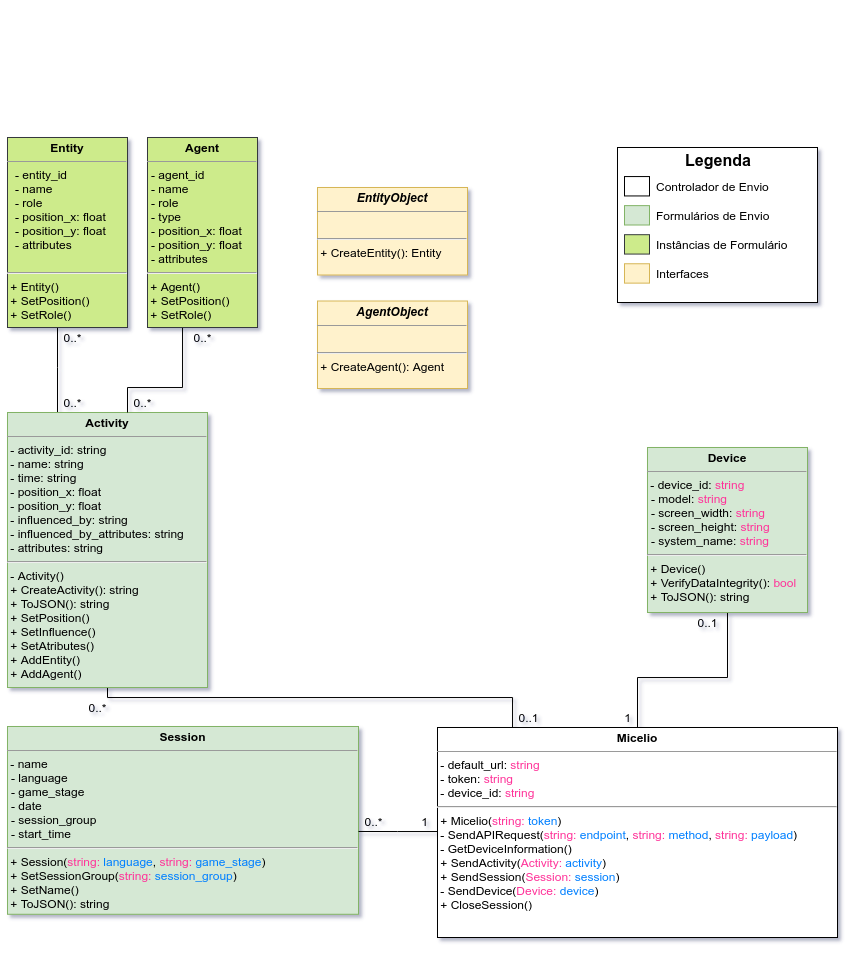
multisens/micelio keeps this draw.io diagram as Documentation/Diagramas/modelo-de-dados-unity.png. Above is the earlier version. Source tidied: cells renumbered, new cells last; positions are measured from the earlier drawing's top-left corner, leaving out a move shared by most shapes.
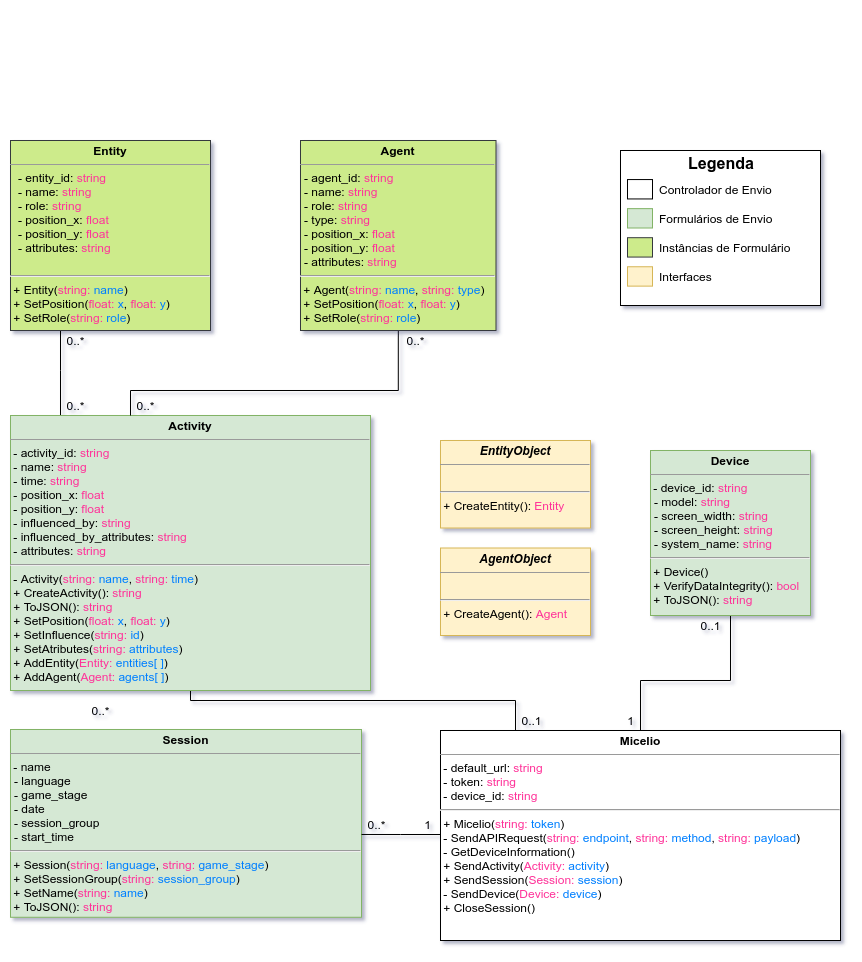
After the commit.

The edit, as a diff of the source:
```diff
@@ -20,16 +20,16 @@
         </Array>
       </mxGeometry>
     </mxCell>
-    <mxCell id="5" value="&lt;p style=&quot;margin: 0px ; margin-top: 4px ; text-align: center&quot;&gt;&lt;b&gt;Activity&lt;/b&gt;&lt;/p&gt;&lt;hr size=&quot;1&quot;&gt;&amp;nbsp;- activity_id: string&lt;br&gt;&amp;nbsp;- name: string&lt;br&gt;&amp;nbsp;- time: string&lt;br&gt;&amp;nbsp;- position_x: float&lt;br&gt;&amp;nbsp;- position_y: float&lt;br&gt;&amp;nbsp;- influenced_by: string&lt;br&gt;&amp;nbsp;- influenced_by_attributes: string&lt;br&gt;&amp;nbsp;- attributes: string&lt;br&gt;&lt;hr&gt;&amp;nbsp;- Activity()&lt;br&gt;&amp;nbsp;+ CreateActivity(): string&lt;br&gt;&amp;nbsp;+ ToJSON(): string&lt;br&gt;&amp;nbsp;+ SetPosition()&lt;br&gt;&amp;nbsp;+ SetInfluence()&lt;br&gt;&amp;nbsp;+ SetAtributes()&lt;br&gt;&amp;nbsp;+ AddEntity()&lt;br&gt;&amp;nbsp;+ AddAgent()" style="verticalAlign=top;align=left;overflow=fill;fontSize=12;fontFamily=Helvetica;html=1;glass=0;fillColor=#d5e8d4;strokeColor=#82b366;" parent="1" vertex="1">
-      <mxGeometry y="405" width="200" height="275" as="geometry" />
+    <mxCell id="5" value="&lt;p style=&quot;margin: 0px ; margin-top: 4px ; text-align: center&quot;&gt;&lt;b&gt;Activity&lt;/b&gt;&lt;/p&gt;&lt;hr size=&quot;1&quot;&gt;&amp;nbsp;- activity_id: &lt;font color=&quot;#ff3399&quot;&gt;string&lt;/font&gt;&lt;br&gt;&amp;nbsp;- name: &lt;font color=&quot;#ff3399&quot;&gt;string&lt;/font&gt;&lt;br&gt;&amp;nbsp;- time: &lt;font color=&quot;#ff3399&quot;&gt;string&lt;/font&gt;&lt;br&gt;&amp;nbsp;- position_x: &lt;font color=&quot;#ff3399&quot;&gt;float&lt;/font&gt;&lt;br&gt;&amp;nbsp;- position_y: &lt;font color=&quot;#ff3399&quot;&gt;float&lt;/font&gt;&lt;br&gt;&amp;nbsp;- influenced_by: &lt;font color=&quot;#ff3399&quot;&gt;string&lt;/font&gt;&lt;br&gt;&amp;nbsp;- influenced_by_attributes: &lt;font color=&quot;#ff3399&quot;&gt;string&lt;/font&gt;&lt;br&gt;&amp;nbsp;- attributes: &lt;font color=&quot;#ff3399&quot;&gt;string&lt;/font&gt;&lt;br&gt;&lt;hr&gt;&amp;nbsp;- Activity(&lt;span style=&quot;color: rgb(255 , 51 , 153)&quot;&gt;string:&amp;nbsp;&lt;/span&gt;&lt;font color=&quot;#007fff&quot;&gt;name&lt;/font&gt;,&amp;nbsp;&lt;span style=&quot;color: rgb(255 , 51 , 153)&quot;&gt;string:&amp;nbsp;&lt;/span&gt;&lt;font color=&quot;#007fff&quot;&gt;time&lt;/font&gt;)&lt;br&gt;&amp;nbsp;+ CreateActivity(): &lt;font color=&quot;#ff3399&quot;&gt;string&lt;/font&gt;&lt;br&gt;&amp;nbsp;+ ToJSON(): &lt;font color=&quot;#ff3399&quot;&gt;string&lt;/font&gt;&lt;br&gt;&amp;nbsp;+ SetPosition(&lt;span style=&quot;color: rgb(255 , 51 , 153)&quot;&gt;float:&amp;nbsp;&lt;/span&gt;&lt;font color=&quot;#007fff&quot;&gt;x&lt;/font&gt;,&amp;nbsp;&lt;span style=&quot;color: rgb(255 , 51 , 153)&quot;&gt;float:&amp;nbsp;&lt;/span&gt;&lt;font color=&quot;#007fff&quot;&gt;y&lt;/font&gt;)&lt;br&gt;&amp;nbsp;+ SetInfluence(&lt;span style=&quot;color: rgb(255 , 51 , 153)&quot;&gt;string:&amp;nbsp;&lt;/span&gt;&lt;font color=&quot;#007fff&quot;&gt;id&lt;/font&gt;)&lt;br&gt;&amp;nbsp;+ SetAtributes(&lt;span style=&quot;color: rgb(255 , 51 , 153)&quot;&gt;string:&amp;nbsp;&lt;/span&gt;&lt;font color=&quot;#007fff&quot;&gt;attributes&lt;/font&gt;)&lt;br&gt;&amp;nbsp;+ AddEntity(&lt;span style=&quot;color: rgb(255 , 51 , 153)&quot;&gt;Entity: &lt;/span&gt;&lt;font color=&quot;#007fff&quot;&gt;entities[ ]&lt;/font&gt;)&lt;br&gt;&amp;nbsp;+ AddAgent(&lt;span style=&quot;color: rgb(255 , 51 , 153)&quot;&gt;Agent:&amp;nbsp;&lt;/span&gt;&lt;font color=&quot;#007fff&quot;&gt;agents[ ]&lt;/font&gt;)" style="verticalAlign=top;align=left;overflow=fill;fontSize=12;fontFamily=Helvetica;html=1;glass=0;fillColor=#d5e8d4;strokeColor=#82b366;" parent="1" vertex="1">
+      <mxGeometry y="405" width="360" height="275" as="geometry" />
     </mxCell>
-    <mxCell id="6" value="&lt;p style=&quot;margin: 0px ; margin-top: 4px ; text-align: center&quot;&gt;&lt;b&gt;Entity&lt;/b&gt;&lt;/p&gt;&lt;hr size=&quot;1&quot;&gt;&lt;p style=&quot;margin: 0px 0px 0px 8px&quot;&gt;- entity_id&lt;/p&gt;&lt;p style=&quot;margin: 0px 0px 0px 8px&quot;&gt;- name&lt;br&gt;&lt;/p&gt;&lt;p style=&quot;margin: 0px 0px 0px 8px&quot;&gt;- role&lt;/p&gt;&lt;p style=&quot;margin: 0px 0px 0px 8px&quot;&gt;- position_x: float&lt;br&gt;- position_y: float&lt;br&gt;&lt;/p&gt;&lt;p style=&quot;margin: 0px 0px 0px 8px&quot;&gt;- attributes&lt;/p&gt;&lt;p style=&quot;margin: 0px 0px 0px 8px&quot;&gt;&lt;br&gt;&lt;/p&gt;&lt;hr&gt;&amp;nbsp;+ Entity()&lt;br&gt;&amp;nbsp;+ SetPosition()&lt;br&gt;&amp;nbsp;+ SetRole()&lt;br&gt;&amp;nbsp;" style="verticalAlign=top;align=left;overflow=fill;fontSize=12;fontFamily=Helvetica;html=1;glass=0;fillColor=#cdeb8b;strokeColor=#36393d;" parent="1" vertex="1">
-      <mxGeometry y="130" width="120" height="190" as="geometry" />
+    <mxCell id="6" value="&lt;p style=&quot;margin: 0px ; margin-top: 4px ; text-align: center&quot;&gt;&lt;b&gt;Entity&lt;/b&gt;&lt;/p&gt;&lt;hr size=&quot;1&quot;&gt;&lt;p style=&quot;margin: 0px 0px 0px 8px&quot;&gt;- entity_id: &lt;font color=&quot;#ff3399&quot;&gt;string&lt;/font&gt;&lt;/p&gt;&lt;p style=&quot;margin: 0px 0px 0px 8px&quot;&gt;- name: &lt;font color=&quot;#ff3399&quot;&gt;string&lt;/font&gt;&lt;br&gt;&lt;/p&gt;&lt;p style=&quot;margin: 0px 0px 0px 8px&quot;&gt;- role: &lt;font color=&quot;#ff3399&quot;&gt;string&lt;/font&gt;&lt;/p&gt;&lt;p style=&quot;margin: 0px 0px 0px 8px&quot;&gt;- position_x: &lt;font color=&quot;#ff3399&quot;&gt;float&lt;/font&gt;&lt;br&gt;- position_y: &lt;font color=&quot;#ff3399&quot;&gt;float&lt;/font&gt;&lt;br&gt;&lt;/p&gt;&lt;p style=&quot;margin: 0px 0px 0px 8px&quot;&gt;- attributes: &lt;font color=&quot;#ff3399&quot;&gt;string&lt;/font&gt;&lt;/p&gt;&lt;p style=&quot;margin: 0px 0px 0px 8px&quot;&gt;&lt;br&gt;&lt;/p&gt;&lt;hr&gt;&amp;nbsp;+ Entity(&lt;span style=&quot;color: rgb(255 , 51 , 153)&quot;&gt;string:&amp;nbsp;&lt;/span&gt;&lt;font color=&quot;#007fff&quot;&gt;name&lt;/font&gt;)&lt;br&gt;&amp;nbsp;+ SetPosition(&lt;span style=&quot;color: rgb(255 , 51 , 153)&quot;&gt;float:&amp;nbsp;&lt;/span&gt;&lt;font color=&quot;#007fff&quot;&gt;x&lt;/font&gt;,&amp;nbsp;&lt;span style=&quot;color: rgb(255 , 51 , 153)&quot;&gt;float:&amp;nbsp;&lt;/span&gt;&lt;font color=&quot;#007fff&quot;&gt;y&lt;/font&gt;)&lt;br&gt;&amp;nbsp;+ SetRole(&lt;span style=&quot;color: rgb(255 , 51 , 153)&quot;&gt;string:&amp;nbsp;&lt;/span&gt;&lt;font color=&quot;#007fff&quot;&gt;role&lt;/font&gt;)&lt;br&gt;&amp;nbsp;" style="verticalAlign=top;align=left;overflow=fill;fontSize=12;fontFamily=Helvetica;html=1;glass=0;fillColor=#cdeb8b;strokeColor=#36393d;" parent="1" vertex="1">
+      <mxGeometry y="130" width="200" height="190" as="geometry" />
     </mxCell>
     <mxCell id="7" style="edgeStyle=orthogonalEdgeStyle;rounded=0;jettySize=auto;html=1;endArrow=none;endFill=0;" parent="1" edge="1" source="18" target="5">
       <mxGeometry relative="1" as="geometry">
         <Array as="points">
-          <mxPoint x="175" y="380" />
+          <mxPoint x="388" y="380" />
           <mxPoint x="120" y="380" />
         </Array>
       </mxGeometry>
@@ -58,14 +58,14 @@
     <mxCell id="15" style="group;" parent="1" vertex="1">
       <mxGeometry y="730" width="351" height="200" as="geometry" />
     </mxCell>
-    <mxCell id="16" value="&lt;p style=&quot;margin: 0px ; margin-top: 4px ; text-align: center&quot;&gt;&lt;b&gt;Session&lt;/b&gt;&lt;/p&gt;&lt;hr size=&quot;1&quot;&gt;&amp;nbsp;-&amp;nbsp;name&lt;br&gt;&lt;p style=&quot;margin: 0px 0px 0px 4px&quot;&gt;- language&lt;br&gt;&lt;/p&gt;&lt;p style=&quot;margin: 0px 0px 0px 4px&quot;&gt;- game_stage&lt;/p&gt;&lt;p style=&quot;margin: 0px 0px 0px 4px&quot;&gt;- date&lt;/p&gt;&lt;p style=&quot;margin: 0px 0px 0px 4px&quot;&gt;- session_group&lt;/p&gt;&lt;p style=&quot;margin: 0px 0px 0px 4px&quot;&gt;- start_time&lt;/p&gt;&lt;hr&gt;&amp;nbsp;+ Session(&lt;span style=&quot;color: rgb(255 , 51 , 153)&quot;&gt;string: &lt;/span&gt;&lt;font color=&quot;#007fff&quot;&gt;language&lt;/font&gt;,&amp;nbsp;&lt;span style=&quot;color: rgb(255 , 51 , 153)&quot;&gt;string: &lt;/span&gt;&lt;font color=&quot;#007fff&quot;&gt;game_stage&lt;/font&gt;)&lt;br&gt;&amp;nbsp;+ SetSessionGroup(&lt;span style=&quot;color: rgb(255 , 51 , 153)&quot;&gt;string:&amp;nbsp;&lt;/span&gt;&lt;font color=&quot;#007fff&quot;&gt;session_group&lt;/font&gt;)&lt;br&gt;&amp;nbsp;+ SetName()&lt;br&gt;&amp;nbsp;+ ToJSON(): string&lt;br&gt;&amp;nbsp;" style="verticalAlign=top;align=left;overflow=fill;fontSize=12;fontFamily=Helvetica;html=1;glass=0;fillColor=#d5e8d4;strokeColor=#82b366;" parent="15" vertex="1">
+    <mxCell id="16" value="&lt;p style=&quot;margin: 0px ; margin-top: 4px ; text-align: center&quot;&gt;&lt;b&gt;Session&lt;/b&gt;&lt;/p&gt;&lt;hr size=&quot;1&quot;&gt;&amp;nbsp;-&amp;nbsp;name&lt;br&gt;&lt;p style=&quot;margin: 0px 0px 0px 4px&quot;&gt;- language&lt;br&gt;&lt;/p&gt;&lt;p style=&quot;margin: 0px 0px 0px 4px&quot;&gt;- game_stage&lt;/p&gt;&lt;p style=&quot;margin: 0px 0px 0px 4px&quot;&gt;- date&lt;/p&gt;&lt;p style=&quot;margin: 0px 0px 0px 4px&quot;&gt;- session_group&lt;/p&gt;&lt;p style=&quot;margin: 0px 0px 0px 4px&quot;&gt;- start_time&lt;/p&gt;&lt;hr&gt;&amp;nbsp;+ Session(&lt;span style=&quot;color: rgb(255 , 51 , 153)&quot;&gt;string: &lt;/span&gt;&lt;font color=&quot;#007fff&quot;&gt;language&lt;/font&gt;,&amp;nbsp;&lt;span style=&quot;color: rgb(255 , 51 , 153)&quot;&gt;string: &lt;/span&gt;&lt;font color=&quot;#007fff&quot;&gt;game_stage&lt;/font&gt;)&lt;br&gt;&amp;nbsp;+ SetSessionGroup(&lt;span style=&quot;color: rgb(255 , 51 , 153)&quot;&gt;string:&amp;nbsp;&lt;/span&gt;&lt;font color=&quot;#007fff&quot;&gt;session_group&lt;/font&gt;)&lt;br&gt;&amp;nbsp;+ SetName(&lt;span style=&quot;color: rgb(255 , 51 , 153)&quot;&gt;string:&amp;nbsp;&lt;/span&gt;&lt;font color=&quot;#007fff&quot;&gt;name&lt;/font&gt;)&lt;br&gt;&amp;nbsp;+ ToJSON(): &lt;font color=&quot;#ff3399&quot;&gt;string&lt;/font&gt;&lt;br&gt;&amp;nbsp;" style="verticalAlign=top;align=left;overflow=fill;fontSize=12;fontFamily=Helvetica;html=1;glass=0;fillColor=#d5e8d4;strokeColor=#82b366;" parent="15" vertex="1">
       <mxGeometry y="-11" width="351" height="187.8" as="geometry" />
     </mxCell>
     <mxCell id="17" style="group;" parent="1" vertex="1">
-      <mxGeometry x="140" y="160" width="140" height="160" as="geometry" />
+      <mxGeometry x="290" y="160" width="230" height="160" as="geometry" />
     </mxCell>
-    <mxCell id="18" value="&lt;p style=&quot;margin: 0px ; margin-top: 4px ; text-align: center&quot;&gt;&lt;b&gt;Agent&lt;/b&gt;&lt;/p&gt;&lt;hr size=&quot;1&quot;&gt;&lt;p style=&quot;margin: 0px 0px 0px 4px&quot;&gt;- agent_id&lt;/p&gt;&lt;p style=&quot;margin: 0px 0px 0px 4px&quot;&gt;- name&lt;/p&gt;&lt;p style=&quot;margin: 0px 0px 0px 4px&quot;&gt;- role&lt;/p&gt;&lt;p style=&quot;margin: 0px 0px 0px 4px&quot;&gt;- type&lt;/p&gt;&lt;p style=&quot;margin: 0px 0px 0px 4px&quot;&gt;- position_x: float&lt;br&gt;- position_y: float&lt;br&gt;&lt;/p&gt;&lt;p style=&quot;margin: 0px 0px 0px 4px&quot;&gt;&lt;span&gt;- attributes&lt;/span&gt;&lt;br&gt;&lt;/p&gt;&lt;hr&gt;&amp;nbsp;+ Agent()&lt;br&gt;&amp;nbsp;+ SetPosition()&lt;br&gt;&amp;nbsp;+ SetRole()" style="verticalAlign=top;align=left;overflow=fill;fontSize=12;fontFamily=Helvetica;html=1;glass=0;fillColor=#cdeb8b;strokeColor=#36393d;" parent="17" vertex="1">
-      <mxGeometry y="-30" width="110" height="190" as="geometry" />
+    <mxCell id="18" value="&lt;p style=&quot;margin: 0px ; margin-top: 4px ; text-align: center&quot;&gt;&lt;b&gt;Agent&lt;/b&gt;&lt;/p&gt;&lt;hr size=&quot;1&quot;&gt;&lt;p style=&quot;margin: 0px 0px 0px 4px&quot;&gt;- agent_id: &lt;font color=&quot;#ff3399&quot;&gt;string&lt;/font&gt;&lt;/p&gt;&lt;p style=&quot;margin: 0px 0px 0px 4px&quot;&gt;- name: &lt;font color=&quot;#ff3399&quot;&gt;string&lt;/font&gt;&lt;/p&gt;&lt;p style=&quot;margin: 0px 0px 0px 4px&quot;&gt;- role: &lt;font color=&quot;#ff3399&quot;&gt;string&lt;/font&gt;&lt;/p&gt;&lt;p style=&quot;margin: 0px 0px 0px 4px&quot;&gt;- type: &lt;font color=&quot;#ff3399&quot;&gt;string&lt;/font&gt;&lt;/p&gt;&lt;p style=&quot;margin: 0px 0px 0px 4px&quot;&gt;- position_x: &lt;font color=&quot;#ff3399&quot;&gt;float&lt;/font&gt;&lt;br&gt;- position_y: &lt;font color=&quot;#ff3399&quot;&gt;float&lt;/font&gt;&lt;br&gt;&lt;/p&gt;&lt;p style=&quot;margin: 0px 0px 0px 4px&quot;&gt;- attributes: &lt;font color=&quot;#ff3399&quot;&gt;string&lt;/font&gt;&lt;br&gt;&lt;/p&gt;&lt;hr&gt;&amp;nbsp;+ Agent(&lt;span style=&quot;color: rgb(255 , 51 , 153)&quot;&gt;string:&amp;nbsp;&lt;/span&gt;&lt;font color=&quot;#007fff&quot;&gt;name&lt;/font&gt;,&amp;nbsp;&lt;span style=&quot;color: rgb(255 , 51 , 153)&quot;&gt;string: &lt;/span&gt;&lt;font color=&quot;#007fff&quot;&gt;type&lt;/font&gt;)&lt;br&gt;&amp;nbsp;+ SetPosition(&lt;span style=&quot;color: rgb(255 , 51 , 153)&quot;&gt;float:&amp;nbsp;&lt;/span&gt;&lt;font color=&quot;#007fff&quot;&gt;x&lt;/font&gt;,&amp;nbsp;&lt;span style=&quot;color: rgb(255 , 51 , 153)&quot;&gt;float:&amp;nbsp;&lt;/span&gt;&lt;font color=&quot;#007fff&quot;&gt;y&lt;/font&gt;)&lt;br&gt;&amp;nbsp;+ SetRole(&lt;span style=&quot;color: rgb(255 , 51 , 153)&quot;&gt;string:&amp;nbsp;&lt;/span&gt;&lt;font color=&quot;#007fff&quot;&gt;role&lt;/font&gt;)" style="verticalAlign=top;align=left;overflow=fill;fontSize=12;fontFamily=Helvetica;html=1;glass=0;fillColor=#cdeb8b;strokeColor=#36393d;" parent="17" vertex="1">
+      <mxGeometry y="-30" width="195.5" height="190" as="geometry" />
     </mxCell>
     <mxCell id="19" style="edgeStyle=orthogonalEdgeStyle;rounded=0;jettySize=auto;html=1;endArrow=none;endFill=0;entryX=1;entryY=0.559;entryDx=0;entryDy=0;entryPerimeter=0;" parent="1" edge="1" source="3" target="16">
       <mxGeometry relative="1" as="geometry">
@@ -87,9 +87,9 @@
       <mxGeometry x="351" y="804" width="30" height="20" as="geometry" />
     </mxCell>
     <mxCell id="22" value="0..*" style="text;html=1;align=center;verticalAlign=middle;" parent="1" vertex="1">
-      <mxGeometry x="180" y="320" width="30" height="20" as="geometry" />
+      <mxGeometry x="390" y="320" width="30" height="20" as="geometry" />
     </mxCell>
-    <mxCell id="23" value="&lt;p style=&quot;margin: 0px ; margin-top: 4px ; text-align: center&quot;&gt;&lt;b&gt;Device&lt;/b&gt;&lt;/p&gt;&lt;hr size=&quot;1&quot;&gt;&amp;nbsp;-&amp;nbsp;device_id:&amp;nbsp;&lt;font color=&quot;#ff3399&quot;&gt;string&lt;/font&gt;&lt;p style=&quot;margin: 0px 0px 0px 4px&quot;&gt;- model: &lt;font color=&quot;#ff3399&quot;&gt;string&lt;/font&gt;&amp;nbsp;&lt;/p&gt;&lt;p style=&quot;margin: 0px 0px 0px 4px&quot;&gt;- screen_width: &lt;font color=&quot;#ff3399&quot;&gt;string&lt;/font&gt;&lt;/p&gt;&lt;p style=&quot;margin: 0px 0px 0px 4px&quot;&gt;- screen_height: &lt;font color=&quot;#ff3399&quot;&gt;string&lt;/font&gt;&lt;/p&gt;&lt;p style=&quot;margin: 0px 0px 0px 4px&quot;&gt;- system_name: &lt;font color=&quot;#ff3399&quot;&gt;string&lt;/font&gt;&lt;/p&gt;&lt;hr&gt;&amp;nbsp;+ Device()&lt;br&gt;&amp;nbsp;+ VerifyDataIntegrity():&amp;nbsp;&lt;span style=&quot;color: rgb(255 , 51 , 153)&quot;&gt;bool&lt;/span&gt;&lt;br&gt;&amp;nbsp;+ ToJSON(): string" style="verticalAlign=top;align=left;overflow=fill;fontSize=12;fontFamily=Helvetica;html=1;glass=0;fillColor=#d5e8d4;strokeColor=#82b366;" parent="1" vertex="1">
+    <mxCell id="23" value="&lt;p style=&quot;margin: 0px ; margin-top: 4px ; text-align: center&quot;&gt;&lt;b&gt;Device&lt;/b&gt;&lt;/p&gt;&lt;hr size=&quot;1&quot;&gt;&amp;nbsp;-&amp;nbsp;device_id:&amp;nbsp;&lt;font color=&quot;#ff3399&quot;&gt;string&lt;/font&gt;&lt;p style=&quot;margin: 0px 0px 0px 4px&quot;&gt;- model: &lt;font color=&quot;#ff3399&quot;&gt;string&lt;/font&gt;&amp;nbsp;&lt;/p&gt;&lt;p style=&quot;margin: 0px 0px 0px 4px&quot;&gt;- screen_width: &lt;font color=&quot;#ff3399&quot;&gt;string&lt;/font&gt;&lt;/p&gt;&lt;p style=&quot;margin: 0px 0px 0px 4px&quot;&gt;- screen_height: &lt;font color=&quot;#ff3399&quot;&gt;string&lt;/font&gt;&lt;/p&gt;&lt;p style=&quot;margin: 0px 0px 0px 4px&quot;&gt;- system_name: &lt;font color=&quot;#ff3399&quot;&gt;string&lt;/font&gt;&lt;/p&gt;&lt;hr&gt;&amp;nbsp;+ Device()&lt;br&gt;&amp;nbsp;+ VerifyDataIntegrity():&amp;nbsp;&lt;span style=&quot;color: rgb(255 , 51 , 153)&quot;&gt;bool&lt;/span&gt;&lt;br&gt;&amp;nbsp;+ ToJSON(): &lt;font color=&quot;#ff3399&quot;&gt;string&lt;/font&gt;" style="verticalAlign=top;align=left;overflow=fill;fontSize=12;fontFamily=Helvetica;html=1;glass=0;fillColor=#d5e8d4;strokeColor=#82b366;" parent="1" vertex="1">
       <mxGeometry x="640" y="440" width="160" height="165" as="geometry" />
     </mxCell>
     <mxCell id="24" value="0..1" style="text;html=1;align=center;verticalAlign=middle;" parent="1" vertex="1">
@@ -131,11 +131,11 @@
     <mxCell id="36" value="Interfaces" style="text;html=1;strokeColor=none;fillColor=none;align=left;verticalAlign=middle;whiteSpace=wrap;rounded=0;fontSize=12;" parent="26" vertex="1">
       <mxGeometry x="37" y="116.2" width="163" height="19.4" as="geometry" />
     </mxCell>
-    <mxCell id="37" value="&lt;p style=&quot;margin: 0px ; margin-top: 4px ; text-align: center&quot;&gt;&lt;b&gt;&lt;i&gt;EntityObject&lt;/i&gt;&lt;/b&gt;&lt;/p&gt;&lt;hr size=&quot;1&quot;&gt;&amp;nbsp;&lt;br&gt;&lt;hr&gt;&amp;nbsp;+ CreateEntity(): Entity&lt;br&gt;&amp;nbsp;" style="verticalAlign=top;align=left;overflow=fill;fontSize=12;fontFamily=Helvetica;html=1;glass=0;fillColor=#fff2cc;strokeColor=#d6b656;" parent="1" vertex="1">
-      <mxGeometry x="310" y="180" width="150" height="87.5" as="geometry" />
+    <mxCell id="37" value="&lt;p style=&quot;margin: 0px ; margin-top: 4px ; text-align: center&quot;&gt;&lt;b&gt;&lt;i&gt;EntityObject&lt;/i&gt;&lt;/b&gt;&lt;/p&gt;&lt;hr size=&quot;1&quot;&gt;&amp;nbsp;&lt;br&gt;&lt;hr&gt;&amp;nbsp;+ CreateEntity(): &lt;font color=&quot;#ff3399&quot;&gt;Entity&lt;/font&gt;&lt;br&gt;&amp;nbsp;" style="verticalAlign=top;align=left;overflow=fill;fontSize=12;fontFamily=Helvetica;html=1;glass=0;fillColor=#fff2cc;strokeColor=#d6b656;" parent="1" vertex="1">
+      <mxGeometry x="430" y="430" width="150" height="87.5" as="geometry" />
     </mxCell>
-    <mxCell id="38" value="&lt;p style=&quot;margin: 0px ; margin-top: 4px ; text-align: center&quot;&gt;&lt;b&gt;&lt;i&gt;AgentObject&lt;/i&gt;&lt;/b&gt;&lt;/p&gt;&lt;hr size=&quot;1&quot;&gt;&amp;nbsp;&lt;br&gt;&lt;hr&gt;&amp;nbsp;+ CreateAgent(): Agent&lt;br&gt;&amp;nbsp;" style="verticalAlign=top;align=left;overflow=fill;fontSize=12;fontFamily=Helvetica;html=1;glass=0;fillColor=#fff2cc;strokeColor=#d6b656;" parent="1" vertex="1">
-      <mxGeometry x="310" y="293.5" width="150" height="87.5" as="geometry" />
+    <mxCell id="38" value="&lt;p style=&quot;margin: 0px ; margin-top: 4px ; text-align: center&quot;&gt;&lt;b&gt;&lt;i&gt;AgentObject&lt;/i&gt;&lt;/b&gt;&lt;/p&gt;&lt;hr size=&quot;1&quot;&gt;&amp;nbsp;&lt;br&gt;&lt;hr&gt;&amp;nbsp;+ CreateAgent(): &lt;font color=&quot;#ff3399&quot;&gt;Agent&lt;/font&gt;&lt;br&gt;&amp;nbsp;" style="verticalAlign=top;align=left;overflow=fill;fontSize=12;fontFamily=Helvetica;html=1;glass=0;fillColor=#fff2cc;strokeColor=#d6b656;" parent="1" vertex="1">
+      <mxGeometry x="430" y="537.5" width="150" height="87.5" as="geometry" />
     </mxCell>
   </root>
 </mxGraphModel>
```
